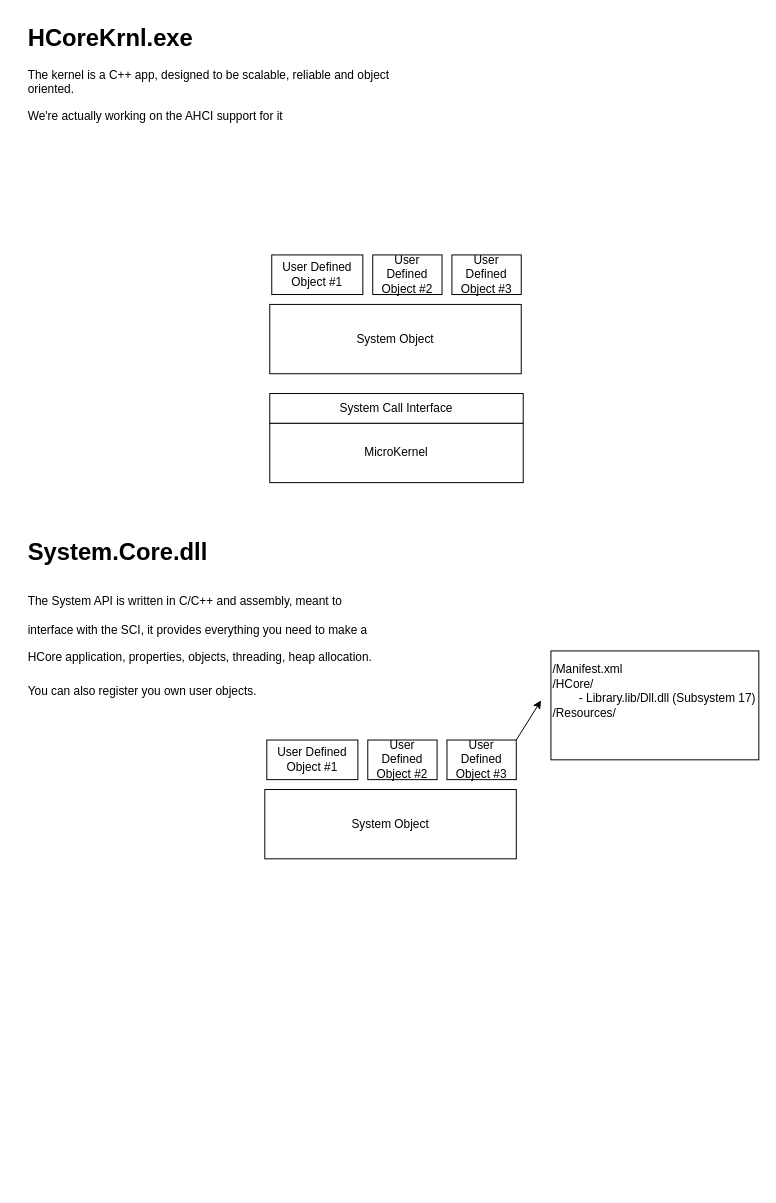
This is DesignChoices.drawio from nekernel-org/nekernel, a draw.io file, before an edit. Source tidied: cells renumbered, new cells numbered last; positions are measured from the earlier drawing's top-left corner, leaving out a move shared by most shapes. Both pictures are drawn from the tidied source at 99%, with x=0, y=0 at pixel (26, 17).
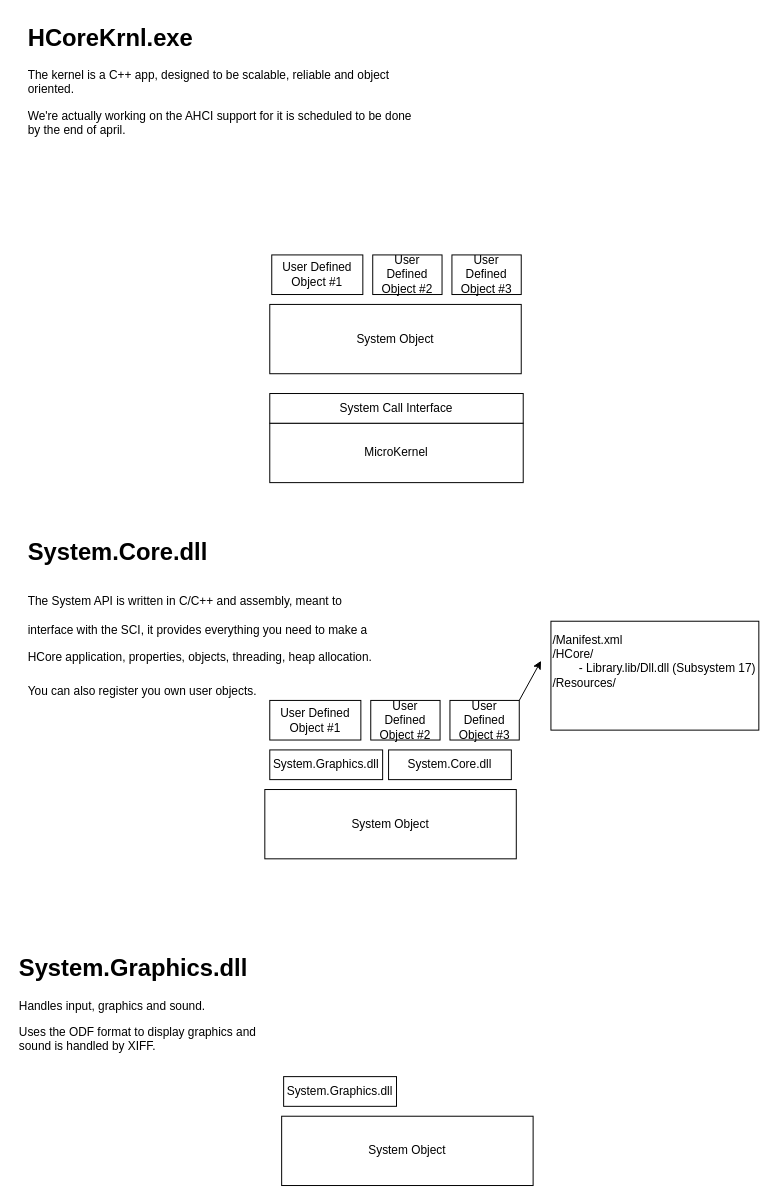
After the change.

Commit message:
Update design choices

Change to the diagram source:
```diff
@@
-    <mxCell id="2" value="&lt;h1 style=&quot;margin-top: 0px;&quot;&gt;HCoreKrnl.exe&lt;/h1&gt;&lt;p&gt;The kernel is a C++ app, designed to be scalable, reliable and object oriented.&lt;/p&gt;&lt;p&gt;We're actually working on the AHCI support for it&lt;/p&gt;" style="text;html=1;whiteSpace=wrap;overflow=hidden;rounded=0;" parent="1" vertex="1">
+    <mxCell id="2" value="&lt;h1 style=&quot;margin-top: 0px;&quot;&gt;HCoreKrnl.exe&lt;/h1&gt;&lt;p&gt;The kernel is a C++ app, designed to be scalable, reliable and object oriented.&lt;/p&gt;&lt;p&gt;We're actually working on the AHCI support for it is scheduled to be done by the end of april.&lt;/p&gt;" style="text;html=1;whiteSpace=wrap;overflow=hidden;rounded=0;" parent="1" vertex="1">
       <mxGeometry width="400" height="120" as="geometry" />
     </mxCell>
@@
     <mxCell id="11" value="User Defined Object #1" style="rounded=0;whiteSpace=wrap;html=1;" parent="1" vertex="1">
-      <mxGeometry x="243" y="730" width="92" height="40" as="geometry" />
+      <mxGeometry x="246" y="690" width="92" height="40" as="geometry" />
     </mxCell>
     <mxCell id="12" value="User Defined Object #2" style="rounded=0;whiteSpace=wrap;html=1;" parent="1" vertex="1">
-      <mxGeometry x="345" y="730" width="70" height="40" as="geometry" />
+      <mxGeometry x="348" y="690" width="70" height="40" as="geometry" />
     </mxCell>
     <mxCell id="13" value="User Defined Object #3" style="rounded=0;whiteSpace=wrap;html=1;" parent="1" vertex="1">
-      <mxGeometry x="425" y="730" width="70" height="40" as="geometry" />
+      <mxGeometry x="428" y="690" width="70" height="40" as="geometry" />
     </mxCell>
     <mxCell id="14" style="endArrow=classic;html=1;rounded=0;exitX=1;exitY=0;exitDx=0;exitDy=0;" parent="1" edge="1" source="13">
       <mxGeometry relative="1" as="geometry">
-        <mxPoint x="520" y="690" as="targetPoint" />
+        <mxPoint x="520" y="650" as="targetPoint" />
       </mxGeometry>
     </mxCell>
     <mxCell id="15" value="/Manifest.xml&lt;div&gt;/HCore/&lt;/div&gt;&lt;div&gt;&lt;span style=&quot;white-space: pre;&quot;&gt;&#9;&lt;/span&gt;- Library.lib/Dll.dll (Subsystem 17)&lt;/div&gt;&lt;div&gt;/Resources/&lt;/div&gt;&lt;div&gt;&lt;br&gt;&lt;/div&gt;&lt;div&gt;&lt;br&gt;&lt;/div&gt;" style="rounded=0;whiteSpace=wrap;html=1;align=left;" parent="1" vertex="1">
-      <mxGeometry x="530" y="640" width="210" height="110" as="geometry" />
+      <mxGeometry x="530" y="610" width="210" height="110" as="geometry" />
     </mxCell>
+    <mxCell id="16" value="&lt;h1 style=&quot;margin-top: 0px;&quot;&gt;System.Graphics.dll&lt;/h1&gt;&lt;p&gt;Handles input, graphics and sound.&lt;/p&gt;&lt;p&gt;Uses the ODF format to display graphics and sound is handled by XIFF.&lt;/p&gt;" style="text;html=1;whiteSpace=wrap;overflow=hidden;rounded=0;" parent="1" vertex="1">
+      <mxGeometry x="-9" y="940" width="250" height="120" as="geometry" />
+    </mxCell>
+    <mxCell id="17" value="System.Graphics.dll" style="rounded=0;whiteSpace=wrap;html=1;" parent="1" vertex="1">
+      <mxGeometry x="246" y="740" width="114" height="30" as="geometry" />
+    </mxCell>
+    <mxCell id="18" value="System Object" style="rounded=0;whiteSpace=wrap;html=1;" parent="1" vertex="1">
+      <mxGeometry x="258" y="1110" width="254" height="70" as="geometry" />
+    </mxCell>
+    <mxCell id="19" value="System.Graphics.dll" style="rounded=0;whiteSpace=wrap;html=1;" parent="1" vertex="1">
+      <mxGeometry x="260" y="1070" width="114" height="30" as="geometry" />
+    </mxCell>
+    <mxCell id="20" value="System.Core.dll" style="rounded=0;whiteSpace=wrap;html=1;" parent="1" vertex="1">
+      <mxGeometry x="366" y="740" width="124" height="30" as="geometry" />
+    </mxCell>
```
